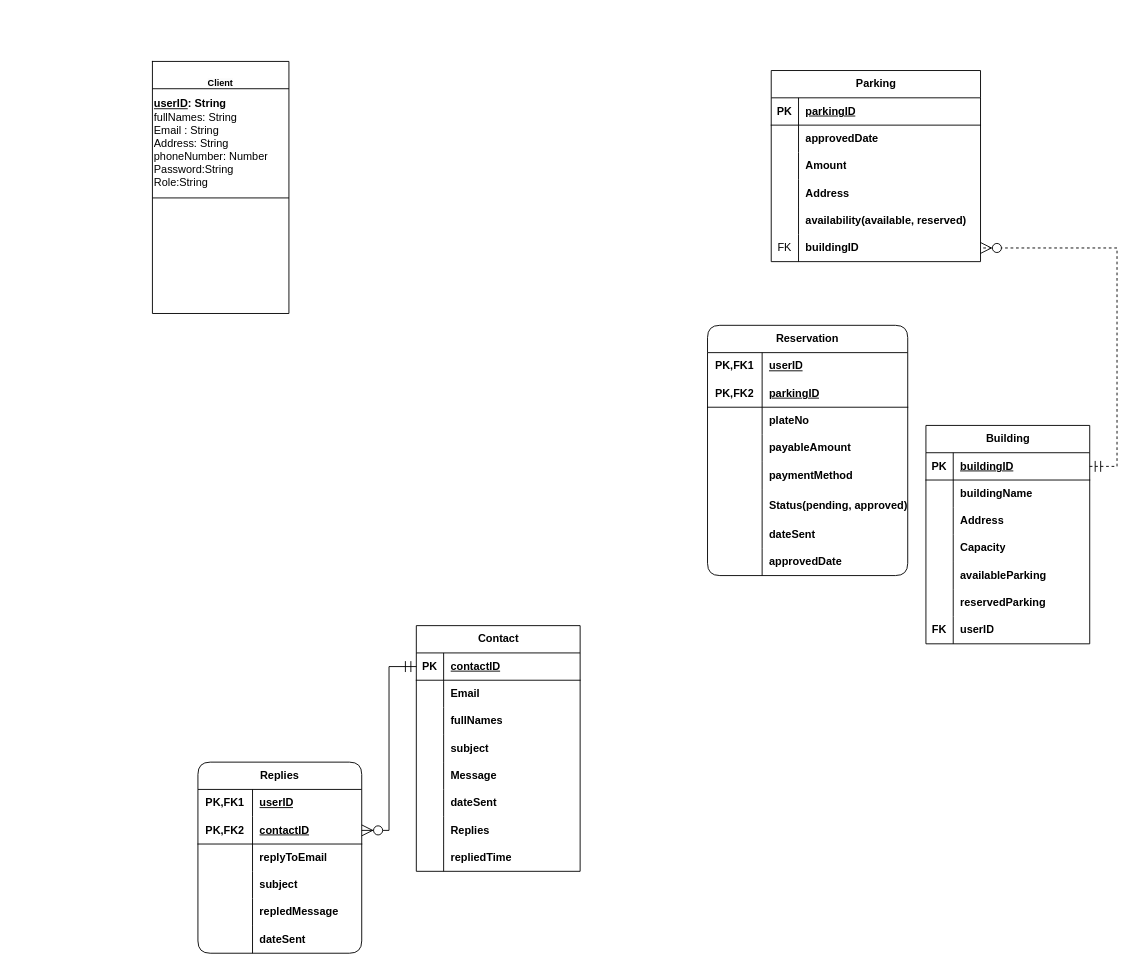
Earlier version of the draw.io diagram SmartParkingSystemERD.drawio (EmmanuelSHYIRAMBERE/SmartParkingManagement). Source tidied: cells renumbered, new cells numbered last; positions are measured from the earlier drawing's top-left corner, leaving out a move shared by most shapes. Both pictures are drawn from the tidied source at 91%, with x=0, y=0 at pixel (-921, -12).
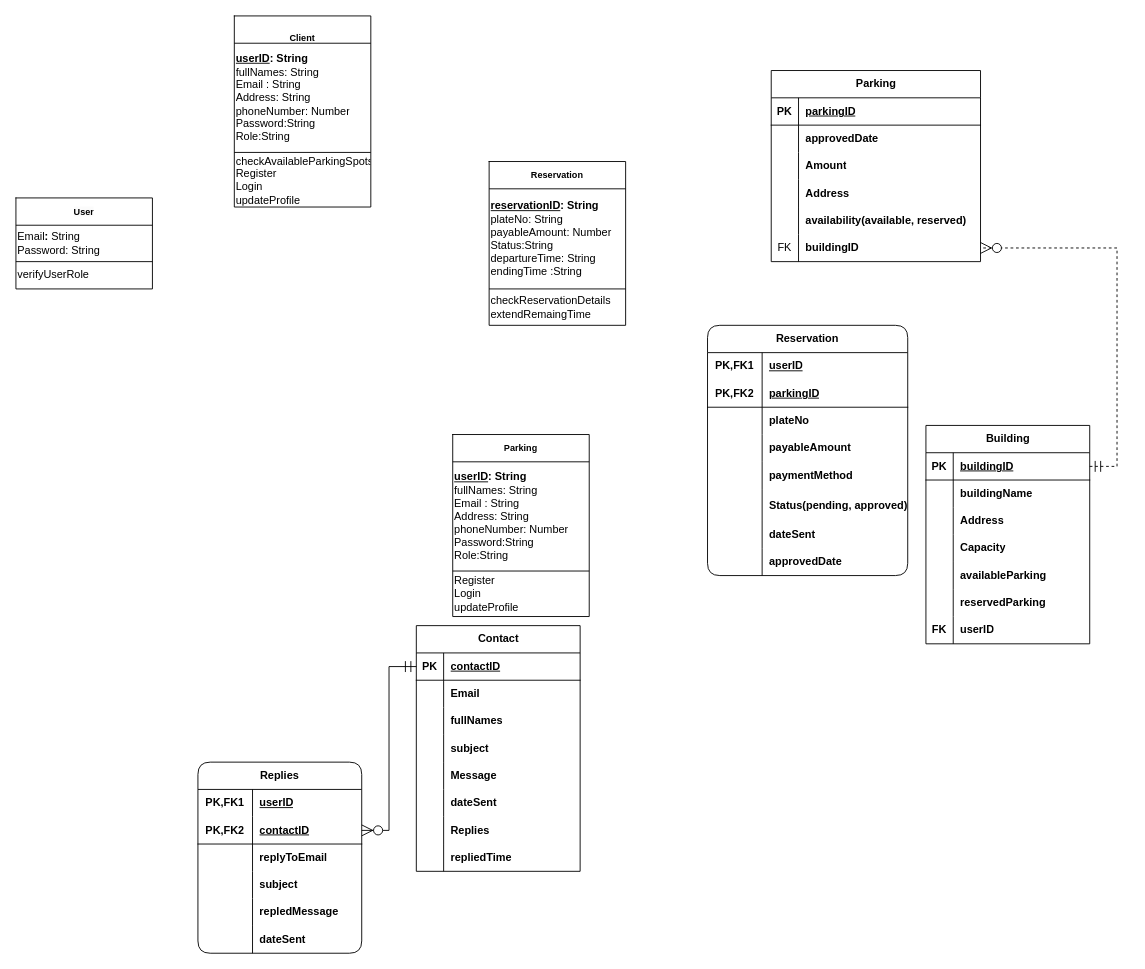
Above is the later version.

The change refers to these unchanged cells:
```xml
<mxCell id="115" style="shape=tableRow;horizontal=0;startSize=0;swimlaneHead=0;swimlaneBody=0;strokeColor=inherit;top=0;left=0;bottom=0;right=0;fillColor=none;" parent="114" vertex="1">
  <mxGeometry width="150" height="30" as="geometry" />
</mxCell>
```

Change to the diagram source:
```diff
@@
     <mxCell id="114" style="shape=table;startSize=0;childLayout=tableLayout;fillColor=none;" parent="1" vertex="1">
-      <mxGeometry x="1179" y="80" width="150" height="277" as="geometry" />
+      <mxGeometry x="1029" y="230" width="150" height="100" as="geometry" />
     </mxCell>
@@
-    <mxCell id="116" value="&lt;font style=&quot;font-size: 10px;&quot;&gt;&lt;b&gt;&lt;br&gt;&lt;span style=&quot;color: rgb(0, 0, 0); font-family: Helvetica; font-style: normal; font-variant-ligatures: normal; font-variant-caps: normal; letter-spacing: normal; orphans: 2; text-align: center; text-indent: 0px; text-transform: none; widows: 2; word-spacing: 0px; -webkit-text-stroke-width: 0px; background-color: rgb(251, 251, 251); text-decoration-thickness: initial; text-decoration-style: initial; text-decoration-color: initial; float: none; display: inline !important;&quot;&gt;&lt;font style=&quot;font-size: 10px;&quot;&gt;Client&lt;br&gt;&lt;br&gt;&lt;/font&gt;&lt;/span&gt;&lt;/b&gt;&lt;/font&gt;" style="shape=partialRectangle;html=1;whiteSpace=wrap;strokeColor=inherit;overflow=hidden;fillColor=none;top=0;left=0;bottom=0;right=0;" parent="115" vertex="1">
+    <mxCell id="116" value="&lt;font style=&quot;font-size: 10px;&quot;&gt;&lt;b&gt;&lt;span style=&quot;color: rgb(0, 0, 0); font-family: Helvetica; font-style: normal; font-variant-ligatures: normal; font-variant-caps: normal; letter-spacing: normal; orphans: 2; text-align: center; text-indent: 0px; text-transform: none; widows: 2; word-spacing: 0px; -webkit-text-stroke-width: 0px; background-color: rgb(251, 251, 251); text-decoration-thickness: initial; text-decoration-style: initial; text-decoration-color: initial; float: none; display: inline !important;&quot;&gt;&lt;font style=&quot;font-size: 10px;&quot;&gt;User&lt;br&gt;&lt;/font&gt;&lt;/span&gt;&lt;/b&gt;&lt;/font&gt;" style="shape=partialRectangle;html=1;whiteSpace=wrap;strokeColor=inherit;overflow=hidden;fillColor=none;top=0;left=0;bottom=0;right=0;" parent="115" vertex="1">
       <mxGeometry width="150" height="30" as="geometry" />
     </mxCell>
     <mxCell id="117" style="shape=tableRow;horizontal=0;startSize=0;swimlaneHead=0;swimlaneBody=0;strokeColor=inherit;top=0;left=0;bottom=0;right=0;fillColor=none;" parent="114" vertex="1">
-      <mxGeometry y="30" width="150" height="120" as="geometry" />
+      <mxGeometry y="30" width="150" height="40" as="geometry" />
     </mxCell>
-    <mxCell id="118" value="&lt;b&gt;&lt;span style=&quot;text-decoration-line: underline; background-color: initial;&quot;&gt;userID&lt;/span&gt;: String&lt;br&gt;&lt;/b&gt;&lt;div style=&quot;&quot;&gt;fullNames: String&lt;/div&gt;&lt;div style=&quot;&quot;&gt;Email : String&lt;/div&gt;&lt;div style=&quot;&quot;&gt;Address: String&amp;nbsp;&lt;/div&gt;&lt;div style=&quot;&quot;&gt;&lt;span style=&quot;background-color: initial;&quot;&gt;phoneNumber: Number&lt;/span&gt;&lt;/div&gt;&lt;div style=&quot;&quot;&gt;Password:String&lt;/div&gt;Role&lt;span style=&quot;background-color: initial;&quot;&gt;:String&lt;/span&gt;" style="shape=partialRectangle;html=1;whiteSpace=wrap;strokeColor=inherit;overflow=hidden;fillColor=none;top=0;left=0;bottom=0;right=0;align=left;perimeterSpacing=0;strokeWidth=1;" parent="117" vertex="1">
-      <mxGeometry width="150" height="120" as="geometry" />
+    <mxCell id="118" value="Email&lt;b&gt;:&amp;nbsp;&lt;/b&gt;String&lt;b&gt;&lt;br&gt;&lt;/b&gt;Password&lt;span style=&quot;background-color: initial;&quot;&gt;: String&lt;/span&gt;" style="shape=partialRectangle;html=1;whiteSpace=wrap;strokeColor=inherit;overflow=hidden;fillColor=none;top=0;left=0;bottom=0;right=0;align=left;perimeterSpacing=0;strokeWidth=1;" parent="117" vertex="1">
+      <mxGeometry width="150" height="40" as="geometry" />
     </mxCell>
     <mxCell id="119" style="shape=tableRow;horizontal=0;startSize=0;swimlaneHead=0;swimlaneBody=0;strokeColor=inherit;top=0;left=0;bottom=0;right=0;fillColor=none;" parent="114" vertex="1">
-      <mxGeometry y="150" width="150" height="127" as="geometry" />
+      <mxGeometry y="70" width="150" height="30" as="geometry" />
     </mxCell>
-    <mxCell id="120" style="shape=partialRectangle;html=1;whiteSpace=wrap;strokeColor=inherit;overflow=hidden;fillColor=none;top=0;left=0;bottom=0;right=0;" parent="119" vertex="1">
-      <mxGeometry width="150" height="127" as="geometry" />
+    <mxCell id="120" value="verifyUserRole" style="shape=partialRectangle;html=1;whiteSpace=wrap;strokeColor=inherit;overflow=hidden;fillColor=none;top=0;left=0;bottom=0;right=0;align=left;" parent="119" vertex="1">
+      <mxGeometry width="150" height="30" as="geometry" />
     </mxCell>
+    <mxCell id="121" style="shape=table;startSize=0;childLayout=tableLayout;fillColor=none;" parent="1" vertex="1">
+      <mxGeometry x="1509" y="490" width="150" height="200" as="geometry" />
+    </mxCell>
+    <mxCell id="122" style="shape=tableRow;horizontal=0;startSize=0;swimlaneHead=0;swimlaneBody=0;strokeColor=inherit;top=0;left=0;bottom=0;right=0;fillColor=none;" parent="121" vertex="1">
+      <mxGeometry width="150" height="30" as="geometry" />
+    </mxCell>
+    <mxCell id="123" value="&lt;font style=&quot;font-size: 10px;&quot;&gt;&lt;b&gt;Parking&lt;span style=&quot;color: rgb(0, 0, 0); font-family: Helvetica; font-style: normal; font-variant-ligatures: normal; font-variant-caps: normal; letter-spacing: normal; orphans: 2; text-align: center; text-indent: 0px; text-transform: none; widows: 2; word-spacing: 0px; -webkit-text-stroke-width: 0px; background-color: rgb(251, 251, 251); text-decoration-thickness: initial; text-decoration-style: initial; text-decoration-color: initial; float: none; display: inline !important;&quot;&gt;&lt;font style=&quot;font-size: 10px;&quot;&gt;&lt;br&gt;&lt;/font&gt;&lt;/span&gt;&lt;/b&gt;&lt;/font&gt;" style="shape=partialRectangle;html=1;whiteSpace=wrap;strokeColor=inherit;overflow=hidden;fillColor=none;top=0;left=0;bottom=0;right=0;" parent="122" vertex="1">
+      <mxGeometry width="150" height="30" as="geometry" />
+    </mxCell>
+    <mxCell id="124" style="shape=tableRow;horizontal=0;startSize=0;swimlaneHead=0;swimlaneBody=0;strokeColor=inherit;top=0;left=0;bottom=0;right=0;fillColor=none;" parent="121" vertex="1">
+      <mxGeometry y="30" width="150" height="120" as="geometry" />
+    </mxCell>
+    <mxCell id="125" value="&lt;b&gt;&lt;span style=&quot;text-decoration-line: underline; background-color: initial;&quot;&gt;userID&lt;/span&gt;: String&lt;br&gt;&lt;/b&gt;&lt;div style=&quot;&quot;&gt;fullNames: String&lt;/div&gt;&lt;div style=&quot;&quot;&gt;Email : String&lt;/div&gt;&lt;div style=&quot;&quot;&gt;Address: String&amp;nbsp;&lt;/div&gt;&lt;div style=&quot;&quot;&gt;&lt;span style=&quot;background-color: initial;&quot;&gt;phoneNumber: Number&lt;/span&gt;&lt;/div&gt;&lt;div style=&quot;&quot;&gt;Password:String&lt;/div&gt;Role&lt;span style=&quot;background-color: initial;&quot;&gt;:String&lt;/span&gt;" style="shape=partialRectangle;html=1;whiteSpace=wrap;strokeColor=inherit;overflow=hidden;fillColor=none;top=0;left=0;bottom=0;right=0;align=left;perimeterSpacing=0;strokeWidth=1;" parent="124" vertex="1">
+      <mxGeometry width="150" height="120" as="geometry" />
+    </mxCell>
+    <mxCell id="126" style="shape=tableRow;horizontal=0;startSize=0;swimlaneHead=0;swimlaneBody=0;strokeColor=inherit;top=0;left=0;bottom=0;right=0;fillColor=none;" parent="121" vertex="1">
+      <mxGeometry y="150" width="150" height="50" as="geometry" />
+    </mxCell>
+    <mxCell id="127" value="Register&lt;br&gt;Login&lt;br&gt;updateProfile" style="shape=partialRectangle;html=1;whiteSpace=wrap;strokeColor=inherit;overflow=hidden;fillColor=none;top=0;left=0;bottom=0;right=0;align=left;" parent="126" vertex="1">
+      <mxGeometry width="150" height="50" as="geometry" />
+    </mxCell>
+    <mxCell id="128" style="shape=table;startSize=0;childLayout=tableLayout;fillColor=none;" parent="1" vertex="1">
+      <mxGeometry x="1549" y="190" width="150" height="180" as="geometry" />
+    </mxCell>
+    <mxCell id="129" style="shape=tableRow;horizontal=0;startSize=0;swimlaneHead=0;swimlaneBody=0;strokeColor=inherit;top=0;left=0;bottom=0;right=0;fillColor=none;" parent="128" vertex="1">
+      <mxGeometry width="150" height="30" as="geometry" />
+    </mxCell>
+    <mxCell id="130" value="&lt;font style=&quot;font-size: 10px;&quot;&gt;&lt;b&gt;Reservation&lt;span style=&quot;color: rgb(0, 0, 0); font-family: Helvetica; font-style: normal; font-variant-ligatures: normal; font-variant-caps: normal; letter-spacing: normal; orphans: 2; text-align: center; text-indent: 0px; text-transform: none; widows: 2; word-spacing: 0px; -webkit-text-stroke-width: 0px; background-color: rgb(251, 251, 251); text-decoration-thickness: initial; text-decoration-style: initial; text-decoration-color: initial; float: none; display: inline !important;&quot;&gt;&lt;font style=&quot;font-size: 10px;&quot;&gt;&lt;br&gt;&lt;/font&gt;&lt;/span&gt;&lt;/b&gt;&lt;/font&gt;" style="shape=partialRectangle;html=1;whiteSpace=wrap;strokeColor=inherit;overflow=hidden;fillColor=none;top=0;left=0;bottom=0;right=0;" parent="129" vertex="1">
+      <mxGeometry width="150" height="30" as="geometry" />
+    </mxCell>
+    <mxCell id="131" style="shape=tableRow;horizontal=0;startSize=0;swimlaneHead=0;swimlaneBody=0;strokeColor=inherit;top=0;left=0;bottom=0;right=0;fillColor=none;" parent="128" vertex="1">
+      <mxGeometry y="30" width="150" height="110" as="geometry" />
+    </mxCell>
+    <mxCell id="132" value="&lt;b&gt;&lt;span style=&quot;text-decoration-line: underline; background-color: initial;&quot;&gt;reservationID&lt;/span&gt;: String&lt;/b&gt;&lt;br style=&quot;border-color: var(--border-color);&quot;&gt;plateNo&lt;span style=&quot;background-color: initial;&quot;&gt;: String&amp;nbsp;&lt;/span&gt;&lt;br&gt;payableAmount&lt;span style=&quot;background-color: initial;&quot;&gt;: Number&lt;/span&gt;&lt;br&gt;&lt;div style=&quot;&quot;&gt;Status:String&lt;/div&gt;departureTime: String&lt;br style=&quot;border-color: var(--border-color);&quot;&gt;endingTime&lt;span style=&quot;border-color: var(--border-color); background-color: initial;&quot;&gt;&amp;nbsp;:String&lt;/span&gt;" style="shape=partialRectangle;html=1;whiteSpace=wrap;strokeColor=inherit;overflow=hidden;fillColor=none;top=0;left=0;bottom=0;right=0;align=left;perimeterSpacing=0;strokeWidth=1;" parent="131" vertex="1">
+      <mxGeometry width="150" height="110" as="geometry" />
+    </mxCell>
+    <mxCell id="133" style="shape=tableRow;horizontal=0;startSize=0;swimlaneHead=0;swimlaneBody=0;strokeColor=inherit;top=0;left=0;bottom=0;right=0;fillColor=none;" parent="128" vertex="1">
+      <mxGeometry y="140" width="150" height="40" as="geometry" />
+    </mxCell>
+    <mxCell id="134" value="checkReservationDetails&lt;br&gt;extendRemaingTime" style="shape=partialRectangle;html=1;whiteSpace=wrap;strokeColor=inherit;overflow=hidden;fillColor=none;top=0;left=0;bottom=0;right=0;align=left;" parent="133" vertex="1">
+      <mxGeometry width="150" height="40" as="geometry" />
+    </mxCell>
+    <mxCell id="135" style="shape=table;startSize=0;childLayout=tableLayout;fillColor=none;" parent="1" vertex="1">
+      <mxGeometry x="1269" y="30" width="150" height="210" as="geometry" />
+    </mxCell>
+    <mxCell id="136" style="shape=tableRow;horizontal=0;startSize=0;swimlaneHead=0;swimlaneBody=0;strokeColor=inherit;top=0;left=0;bottom=0;right=0;fillColor=none;" parent="135" vertex="1">
+      <mxGeometry width="150" height="30" as="geometry" />
+    </mxCell>
+    <mxCell id="137" value="&lt;font style=&quot;font-size: 10px;&quot;&gt;&lt;b&gt;&lt;br&gt;&lt;span style=&quot;color: rgb(0, 0, 0); font-family: Helvetica; font-style: normal; font-variant-ligatures: normal; font-variant-caps: normal; letter-spacing: normal; orphans: 2; text-align: center; text-indent: 0px; text-transform: none; widows: 2; word-spacing: 0px; -webkit-text-stroke-width: 0px; background-color: rgb(251, 251, 251); text-decoration-thickness: initial; text-decoration-style: initial; text-decoration-color: initial; float: none; display: inline !important;&quot;&gt;&lt;font style=&quot;font-size: 10px;&quot;&gt;Client&lt;br&gt;&lt;br&gt;&lt;/font&gt;&lt;/span&gt;&lt;/b&gt;&lt;/font&gt;" style="shape=partialRectangle;html=1;whiteSpace=wrap;strokeColor=inherit;overflow=hidden;fillColor=none;top=0;left=0;bottom=0;right=0;" parent="136" vertex="1">
+      <mxGeometry width="150" height="30" as="geometry" />
+    </mxCell>
+    <mxCell id="138" style="shape=tableRow;horizontal=0;startSize=0;swimlaneHead=0;swimlaneBody=0;strokeColor=inherit;top=0;left=0;bottom=0;right=0;fillColor=none;" parent="135" vertex="1">
+      <mxGeometry y="30" width="150" height="120" as="geometry" />
+    </mxCell>
+    <mxCell id="139" value="&lt;b&gt;&lt;span style=&quot;text-decoration-line: underline; background-color: initial;&quot;&gt;userID&lt;/span&gt;: String&lt;br&gt;&lt;/b&gt;&lt;div style=&quot;&quot;&gt;fullNames: String&lt;/div&gt;&lt;div style=&quot;&quot;&gt;Email : String&lt;/div&gt;&lt;div style=&quot;&quot;&gt;Address: String&amp;nbsp;&lt;/div&gt;&lt;div style=&quot;&quot;&gt;&lt;span style=&quot;background-color: initial;&quot;&gt;phoneNumber: Number&lt;/span&gt;&lt;/div&gt;&lt;div style=&quot;&quot;&gt;Password:String&lt;/div&gt;Role&lt;span style=&quot;background-color: initial;&quot;&gt;:String&lt;/span&gt;" style="shape=partialRectangle;html=1;whiteSpace=wrap;strokeColor=inherit;overflow=hidden;fillColor=none;top=0;left=0;bottom=0;right=0;align=left;perimeterSpacing=0;strokeWidth=1;" parent="138" vertex="1">
+      <mxGeometry width="150" height="120" as="geometry" />
+    </mxCell>
+    <mxCell id="140" style="shape=tableRow;horizontal=0;startSize=0;swimlaneHead=0;swimlaneBody=0;strokeColor=inherit;top=0;left=0;bottom=0;right=0;fillColor=none;" parent="135" vertex="1">
+      <mxGeometry y="150" width="150" height="60" as="geometry" />
+    </mxCell>
+    <mxCell id="141" value="checkAvailableParkingSpots&lt;br&gt;Register&lt;br style=&quot;border-color: var(--border-color);&quot;&gt;Login&lt;br&gt;updateProfile" style="shape=partialRectangle;html=1;whiteSpace=wrap;strokeColor=inherit;overflow=hidden;fillColor=none;top=0;left=0;bottom=0;right=0;align=left;" parent="140" vertex="1">
+      <mxGeometry width="150" height="60" as="geometry" />
+    </mxCell>
```
